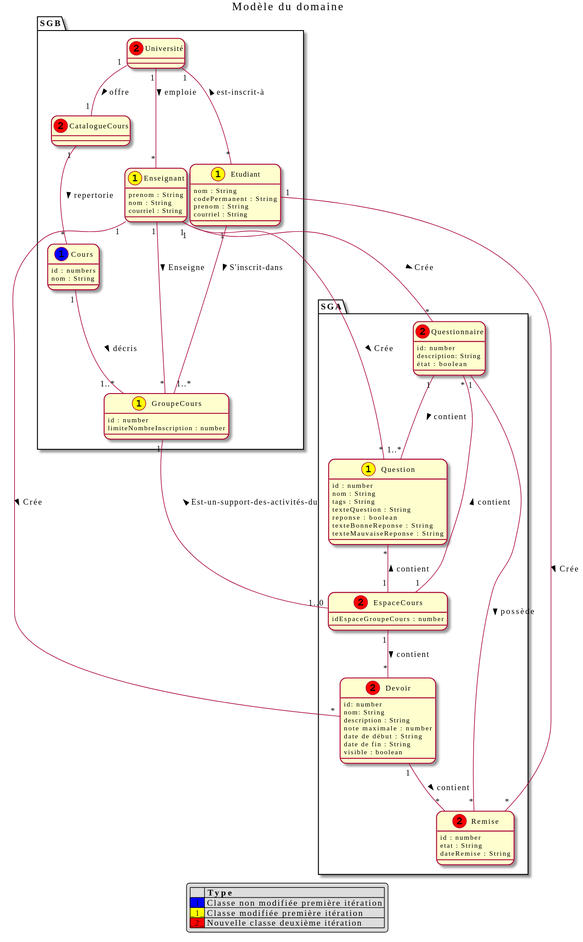
Above: out/docs/modeles/mdd/MDD.svg in nerdz88/SGA-TS (PlantUML), before the change.
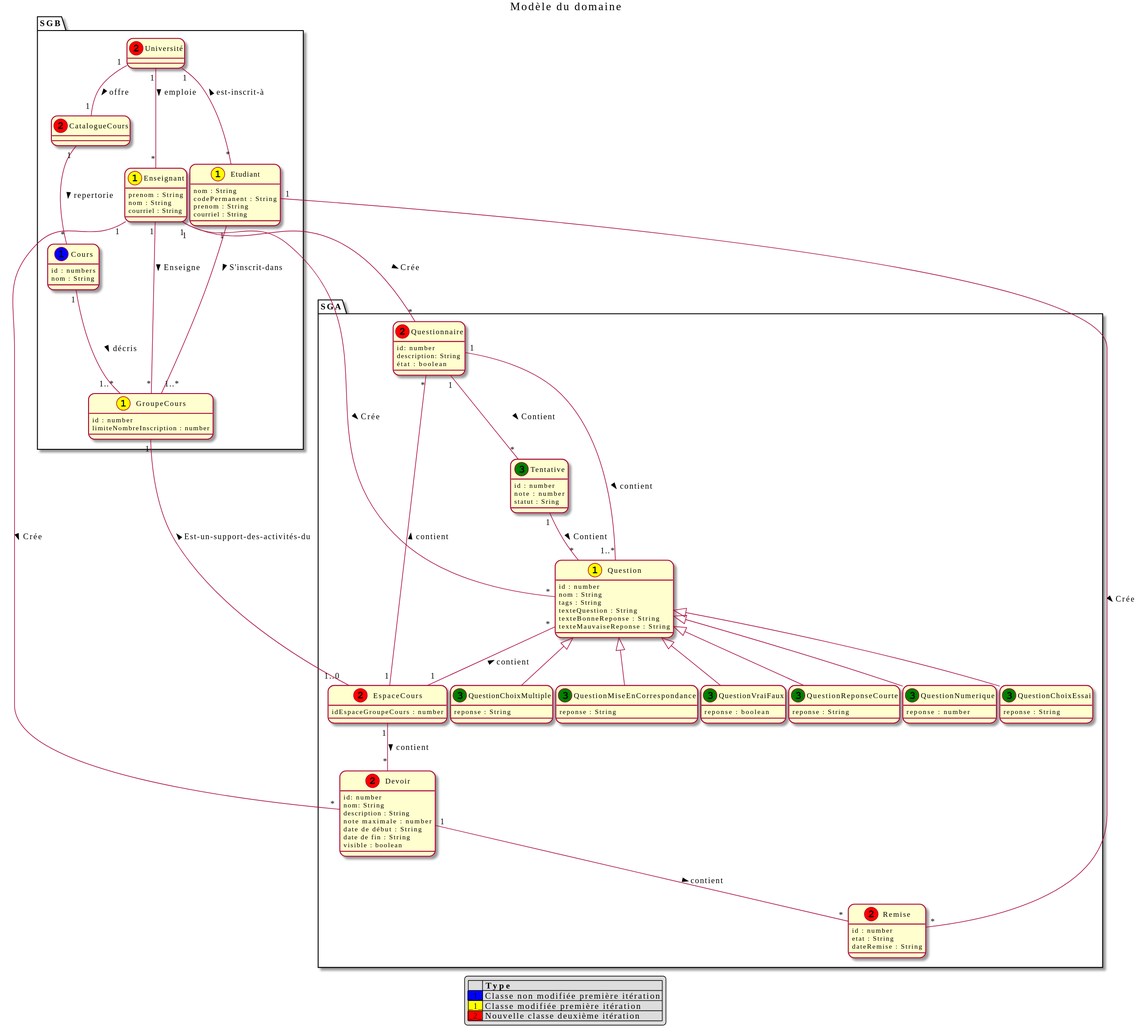
Above is the later version.

The edit, as a diff of the source:
```diff
@@ -49,6 +49,7 @@
         id : number
         etat : String
         dateRemise : String
+
     }
 
     class Question << 1,yellow) >>{
@@ -56,7 +57,6 @@
         nom : String
         tags : String
         texteQuestion : String
-        reponse : boolean
         texteBonneReponse : String
         texteMauvaiseReponse : String
     }
@@ -67,6 +67,35 @@
         état : boolean
     }
 
+    class Tentative <<(3, green) >>{
+        id : number
+        note : number
+        statut : Sring
+    }
+
+    class QuestionChoixMultiple <<(3, green) >> extends Question {
+        reponse : String
+    }
+
+    class QuestionVraiFaux<<(3, green) >> extends Question {
+        reponse : boolean
+    }
+
+    class QuestionMiseEnCorrespondance<<(3, green) >> extends Question {
+        reponse : String
+    }
+
+    class QuestionReponseCourte<<(3, green) >> extends Question {
+        reponse : String
+    }
+
+    class QuestionNumerique<<(3, green) >> extends Question {
+        reponse : number
+    }
+
+    class QuestionChoixEssai<<(3, green) >> extends Question {
+        reponse : String
+    }
     class EspaceCours << (2,red) >>{
         idEspaceGroupeCours : number
     }
@@ -78,7 +107,6 @@
 EspaceCours "1"--"*" Devoir: contient >
 Université "1"--"*" Enseignant : emploie >
 Questionnaire "1"--"1..*" Question : contient >
-Questionnaire"1"--"*" Remise : possède >
 Université "1"--"*" Etudiant : est-inscrit-à <
 Question "*"--"1" EspaceCours : contient <
 Questionnaire "*"--"1" EspaceCours : contient <
@@ -90,6 +118,8 @@
 Enseignant "1" -- "*" Question : Crée >
 Enseignant "1" -- "*" Questionnaire : Crée >
 Enseignant "1" -- "*" Devoir : Crée >
+Tentative "1" -- "*" Question : Contient >
+Questionnaire"1" -- "*"Tentative : Contient >
 
 legend
 |= |= Type |
```
